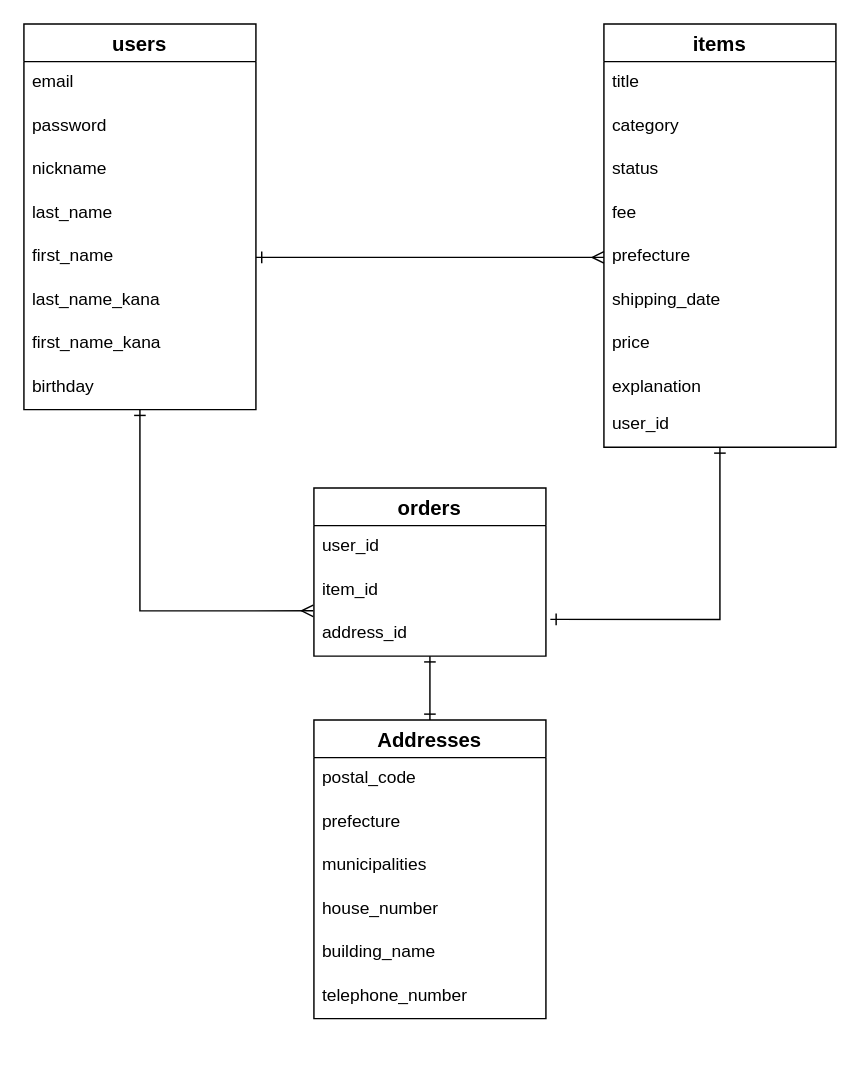
This is ER.dio from soetakara/furima-36189, a draw.io file, before an edit. Source tidied: cells renumbered, new cells numbered last; positions are measured from the earlier drawing's top-left corner, leaving out a move shared by most shapes. Both pictures are drawn from the tidied source at 145%, with x=0, y=0 at pixel (23, 23).
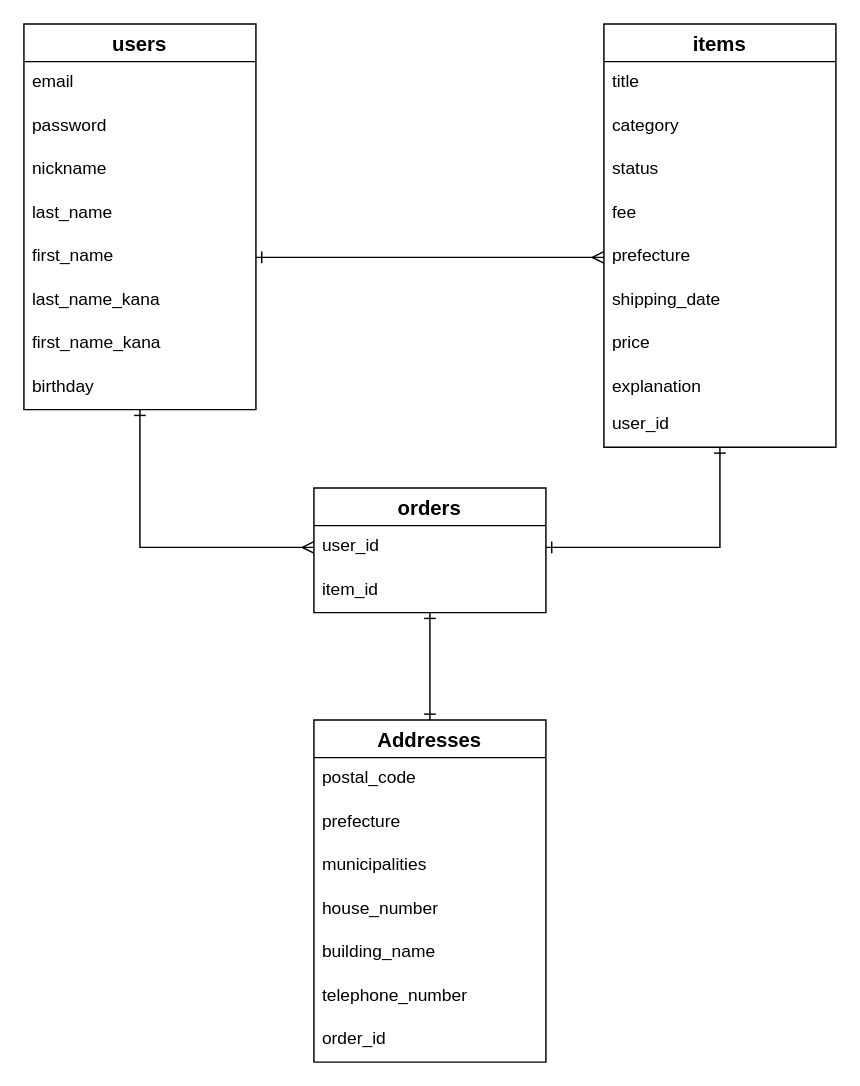
After the change.

The change refers to these unchanged cells:
```xml
<mxCell id="3" value="users" style="swimlane;fontStyle=1;horizontal=1;startSize=26;align=center;fontSize=14;" parent="1" vertex="1">
  <mxGeometry width="160" height="266" as="geometry" />
</mxCell>
<mxCell id="13" value="items" style="swimlane;fontStyle=1;horizontal=1;startSize=26;align=center;fontSize=14;" parent="1" vertex="1">
  <mxGeometry x="400" width="160" height="292" as="geometry" />
</mxCell>
<mxCell id="25" value="user_id" style="text;strokeColor=none;fillColor=none;spacingLeft=4;spacingRight=4;overflow=hidden;points=[[0,0.5],[1,0.5]];portConstraint=eastwest;fontSize=12;" parent="24" vertex="1">
  <mxGeometry y="26" width="160" height="30" as="geometry" />
</mxCell>
```

What changed in the source:
```diff
@@
-    <mxCell id="2" style="edgeStyle=orthogonalEdgeStyle;rounded=0;jettySize=auto;html=1;entryX=-0.003;entryY=-0.041;entryDx=0;entryDy=0;entryPerimeter=0;endArrow=ERmany;endFill=0;startArrow=ERone;startFill=0;" parent="1" edge="1" source="3" target="27">
+    <mxCell id="2" style="edgeStyle=orthogonalEdgeStyle;rounded=0;jettySize=auto;html=1;entryX=0;entryY=0.5;entryDx=0;entryDy=0;endArrow=ERmany;endFill=0;startArrow=ERone;startFill=0;" parent="1" edge="1" source="3" target="25">
       <mxGeometry relative="1" as="geometry" />
     </mxCell>
@@
-    <mxCell id="12" style="edgeStyle=orthogonalEdgeStyle;rounded=0;jettySize=auto;html=1;entryX=1.019;entryY=0.155;entryDx=0;entryDy=0;entryPerimeter=0;endArrow=ERone;endFill=0;startArrow=ERone;startFill=0;" parent="1" edge="1" source="13" target="27">
+    <mxCell id="12" style="edgeStyle=orthogonalEdgeStyle;rounded=0;jettySize=auto;html=1;entryX=1;entryY=0.5;entryDx=0;entryDy=0;endArrow=ERone;endFill=0;startArrow=ERone;startFill=0;" parent="1" edge="1" source="13" target="25">
       <mxGeometry relative="1" as="geometry" />
     </mxCell>
@@
     <mxCell id="24" value="orders" style="swimlane;fontStyle=1;horizontal=1;startSize=26;align=center;fontSize=14;" parent="1" vertex="1">
-      <mxGeometry x="200" y="320" width="160" height="116" as="geometry" />
+      <mxGeometry x="200" y="320" width="160" height="86" as="geometry" />
     </mxCell>
@@
-    <mxCell id="27" value="address_id" style="text;strokeColor=none;fillColor=none;spacingLeft=4;spacingRight=4;overflow=hidden;points=[[0,0.5],[1,0.5]];portConstraint=eastwest;fontSize=12;" parent="24" vertex="1">
-      <mxGeometry y="86" width="160" height="30" as="geometry" />
-    </mxCell>
@@
     <mxCell id="29" value="Addresses" style="swimlane;fontStyle=1;horizontal=1;startSize=26;align=center;fontSize=14;" parent="1" vertex="1">
-      <mxGeometry x="200" y="480" width="160" height="206" as="geometry" />
+      <mxGeometry x="200" y="480" width="160" height="236" as="geometry" />
     </mxCell>
@@
+    <mxCell id="36" value="order_id" style="text;strokeColor=none;fillColor=none;spacingLeft=4;spacingRight=4;overflow=hidden;fontSize=12;" parent="29" vertex="1">
+      <mxGeometry y="206" width="160" height="30" as="geometry" />
+    </mxCell>
```
